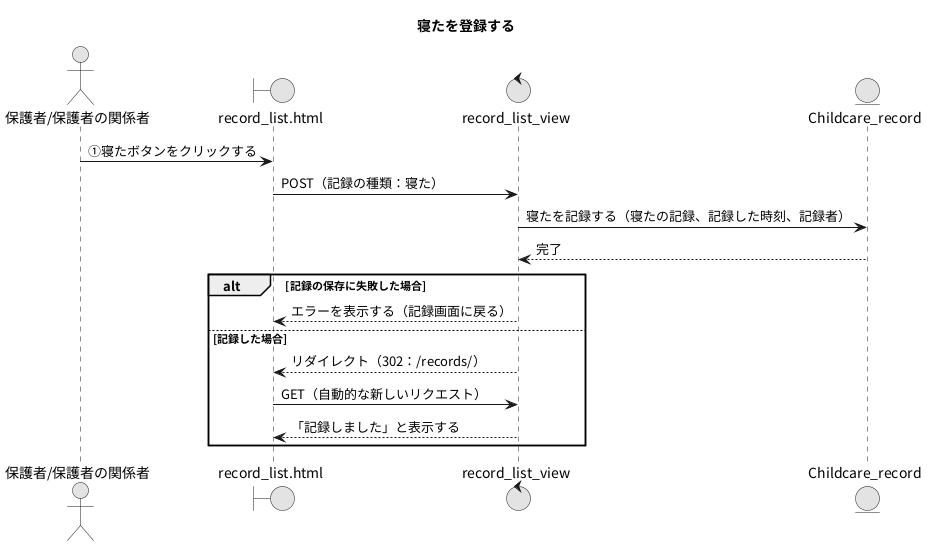
This is PNG/30_寝たを登録する.png from Ma2naga190330/26_sotugyou_puml, a PlantUML export, as it was before one commit.
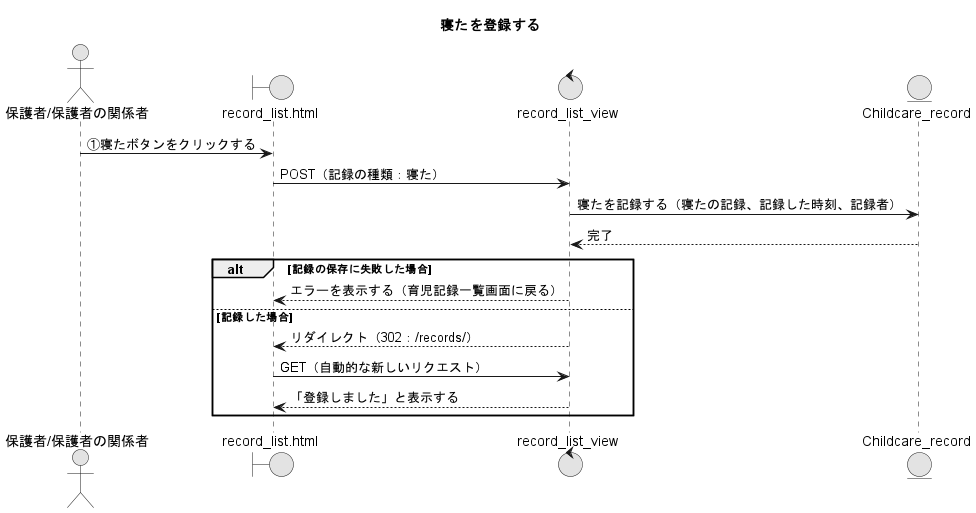
The same diagram one commit later.

The edit, as a diff of the source:
```diff
@@ -13,10 +13,10 @@
 RLV -> CRM : 寝たを記録する（寝たの記録、記録した時刻、記録者）
 RLV <-- CRM : 完了
 alt 記録の保存に失敗した場合
-  RLV --> RLP : エラーを表示する（記録画面に戻る）
+  RLV --> RLP : エラーを表示する（育児記録一覧画面に戻る）
 else 記録した場合
   RLV --> RLP : リダイレクト（302：/records/）
   RLP -> RLV : GET（自動的な新しいリクエスト）
-  RLV --> RLP : 「記録しました」と表示する
+  RLV --> RLP : 「登録しました」と表示する
 end
 @enduml
```
